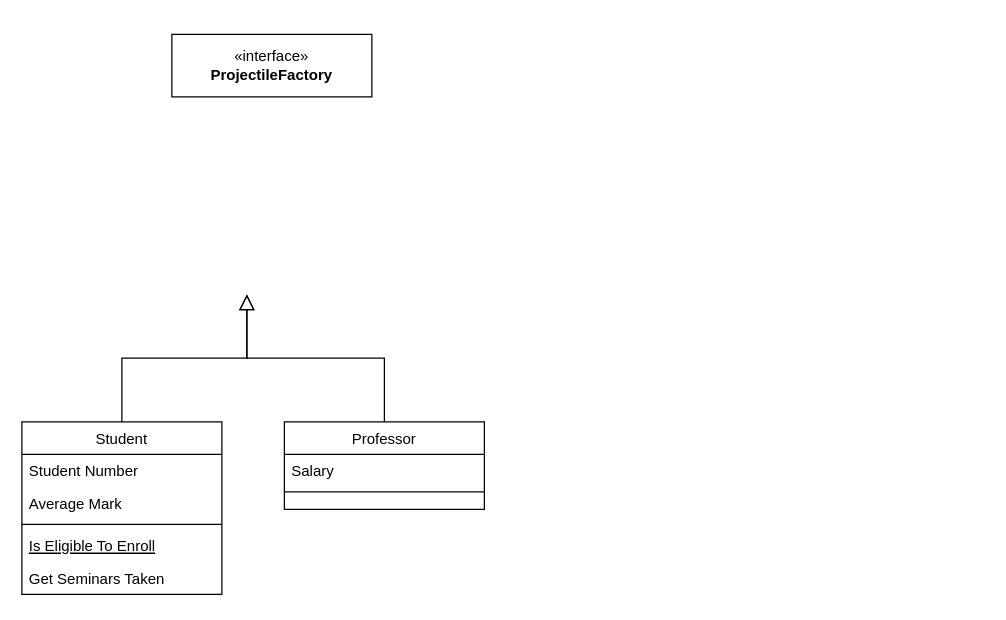
Before: factoryproject.drawio in hayden-pzhou/drawioChart, a draw.io diagram. Source tidied: cells renumbered, new cells numbered last; positions are measured from the earlier drawing's top-left corner, leaving out a move shared by most shapes. Both pictures are drawn from the tidied source at 125%, with x=0, y=0 at pixel (21, 34).
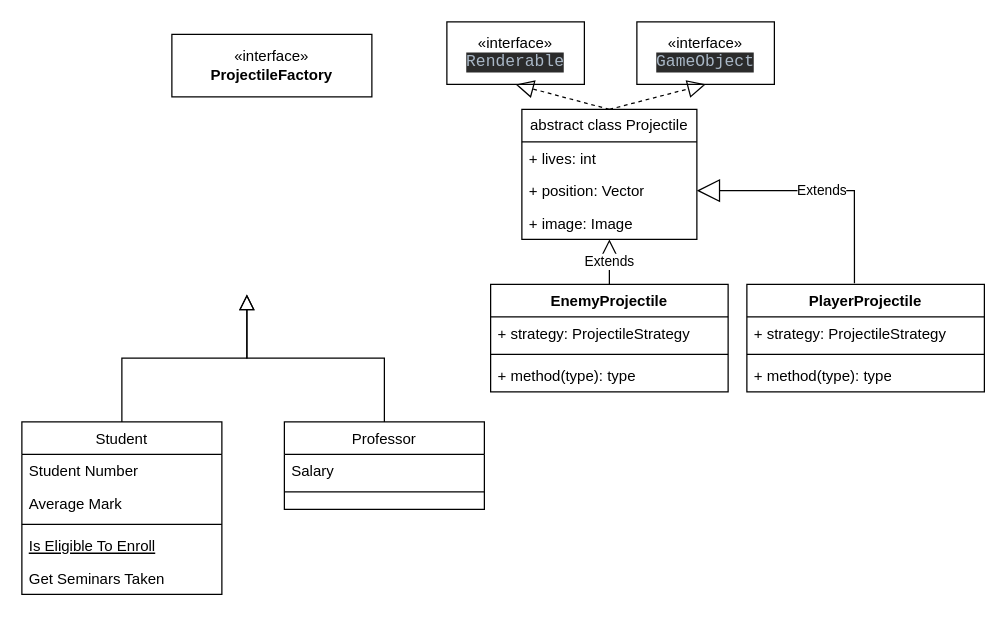
Above is the later version.

Diff of the diagram source:
```diff
@@
+    <mxCell id="14" value="abstract class Projectile" style="swimlane;fontStyle=0;horizontal=1;startSize=26;fillColor=none;whiteSpace=wrap;html=1;" parent="1" vertex="1">
+      <mxGeometry x="400" y="60" width="140" height="104" as="geometry" />
+    </mxCell>
+    <mxCell id="15" value="+ lives: int" style="text;strokeColor=none;fillColor=none;align=left;verticalAlign=top;spacingLeft=4;spacingRight=4;overflow=hidden;whiteSpace=wrap;html=1;" parent="14" vertex="1">
+      <mxGeometry y="26" width="140" height="26" as="geometry" />
+    </mxCell>
+    <mxCell id="16" value="+ position: Vector" style="text;strokeColor=none;fillColor=none;align=left;verticalAlign=top;spacingLeft=4;spacingRight=4;overflow=hidden;points=[[0,0.5],[1,0.5]];portConstraint=eastwest;whiteSpace=wrap;html=1;" parent="14" vertex="1">
+      <mxGeometry y="52" width="140" height="26" as="geometry" />
+    </mxCell>
+    <mxCell id="17" value="+ image: Image" style="text;strokeColor=none;fillColor=none;align=left;verticalAlign=top;spacingLeft=4;spacingRight=4;overflow=hidden;points=[[0,0.5],[1,0.5]];portConstraint=eastwest;whiteSpace=wrap;html=1;" parent="14" vertex="1">
+      <mxGeometry y="78" width="140" height="26" as="geometry" />
+    </mxCell>
+    <mxCell id="18" value="EnemyProjectile" style="swimlane;fontStyle=1;align=center;verticalAlign=top;horizontal=1;startSize=26;whiteSpace=wrap;html=1;" parent="1" vertex="1">
+      <mxGeometry x="375" y="200" width="190" height="86" as="geometry" />
+    </mxCell>
+    <mxCell id="19" value="+ strategy: ProjectileStrategy" style="text;strokeColor=none;fillColor=none;align=left;verticalAlign=top;spacingLeft=4;spacingRight=4;overflow=hidden;whiteSpace=wrap;html=1;" parent="18" vertex="1">
+      <mxGeometry y="26" width="190" height="26" as="geometry" />
+    </mxCell>
+    <mxCell id="20" style="line;strokeWidth=1;fillColor=none;align=left;verticalAlign=middle;spacingTop=-1;spacingLeft=3;spacingRight=3;labelPosition=right;strokeColor=inherit;" parent="18" vertex="1">
+      <mxGeometry y="52" width="190" height="8" as="geometry" />
+    </mxCell>
+    <mxCell id="21" value="+ method(type): type" style="text;strokeColor=none;fillColor=none;align=left;verticalAlign=top;spacingLeft=4;spacingRight=4;overflow=hidden;whiteSpace=wrap;html=1;" parent="18" vertex="1">
+      <mxGeometry y="60" width="190" height="26" as="geometry" />
+    </mxCell>
+    <mxCell id="22" value="«interface»&lt;br&gt;&lt;div style=&quot;background-color: rgb(43, 43, 43); color: rgb(169, 183, 198); font-family: &amp;quot;JetBrains Mono&amp;quot;, monospace; font-size: 9.8pt;&quot;&gt;Renderable&lt;/div&gt;" style="html=1;whiteSpace=wrap;" parent="1" vertex="1">
+      <mxGeometry x="340" y="-10" width="110" height="50" as="geometry" />
+    </mxCell>
+    <mxCell id="23" value="«interface»&lt;br&gt;&lt;div style=&quot;background-color: rgb(43, 43, 43); color: rgb(169, 183, 198); font-family: &amp;quot;JetBrains Mono&amp;quot;, monospace; font-size: 9.8pt;&quot;&gt;GameObject&lt;/div&gt;" style="html=1;whiteSpace=wrap;" parent="1" vertex="1">
+      <mxGeometry x="492" y="-10" width="110" height="50" as="geometry" />
+    </mxCell>
+    <mxCell id="24" style="endArrow=block;dashed=1;endFill=0;endSize=12;html=1;rounded=0;entryX=0.5;entryY=1;entryDx=0;entryDy=0;" parent="1" edge="1" target="22">
+      <mxGeometry relative="1" as="geometry">
+        <mxPoint x="470" y="60" as="sourcePoint" />
+      </mxGeometry>
+    </mxCell>
+    <mxCell id="25" style="endArrow=block;dashed=1;endFill=0;endSize=12;html=1;rounded=0;entryX=0.5;entryY=1;entryDx=0;entryDy=0;exitX=0.5;exitY=0;exitDx=0;exitDy=0;" parent="1" edge="1" source="14" target="23">
+      <mxGeometry relative="1" as="geometry" />
+    </mxCell>
+    <mxCell id="26" value="Extends" style="endArrow=block;endSize=16;endFill=0;html=1;rounded=0;exitX=0.5;exitY=0;exitDx=0;exitDy=0;" parent="1" edge="1" source="18" target="17">
+      <mxGeometry relative="1" as="geometry" />
+    </mxCell>
+    <mxCell id="27" value="PlayerProjectile" style="swimlane;fontStyle=1;align=center;verticalAlign=top;horizontal=1;startSize=26;whiteSpace=wrap;html=1;" parent="1" vertex="1">
+      <mxGeometry x="580" y="200" width="190" height="86" as="geometry" />
+    </mxCell>
+    <mxCell id="28" value="+ strategy: ProjectileStrategy" style="text;strokeColor=none;fillColor=none;align=left;verticalAlign=top;spacingLeft=4;spacingRight=4;overflow=hidden;whiteSpace=wrap;html=1;" parent="27" vertex="1">
+      <mxGeometry y="26" width="190" height="26" as="geometry" />
+    </mxCell>
+    <mxCell id="29" style="line;strokeWidth=1;fillColor=none;align=left;verticalAlign=middle;spacingTop=-1;spacingLeft=3;spacingRight=3;labelPosition=right;strokeColor=inherit;" parent="27" vertex="1">
+      <mxGeometry y="52" width="190" height="8" as="geometry" />
+    </mxCell>
+    <mxCell id="30" value="+ method(type): type" style="text;strokeColor=none;fillColor=none;align=left;verticalAlign=top;spacingLeft=4;spacingRight=4;overflow=hidden;whiteSpace=wrap;html=1;" parent="27" vertex="1">
+      <mxGeometry y="60" width="190" height="26" as="geometry" />
+    </mxCell>
+    <mxCell id="31" value="Extends" style="endArrow=block;endSize=16;endFill=0;html=1;rounded=0;exitX=0.453;exitY=-0.011;exitDx=0;exitDy=0;exitPerimeter=0;entryX=1;entryY=0.5;entryDx=0;entryDy=0;" parent="1" edge="1" source="27" target="16">
+      <mxGeometry relative="1" as="geometry">
+        <Array as="points">
+          <mxPoint x="666" y="125" />
+        </Array>
+      </mxGeometry>
+    </mxCell>
```
